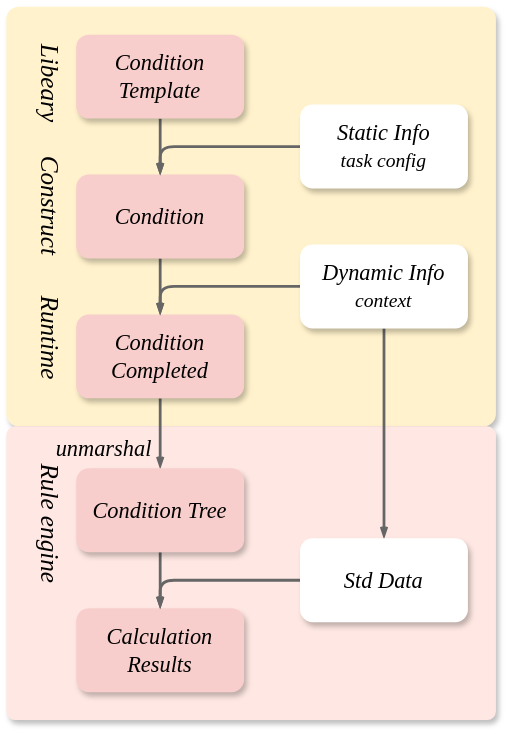
Earlier version of the draw.io export system design/assets/condition.svg (Algo2147483647/engineering). Source tidied: cells renumbered, new cells last; positions are measured from the earlier drawing's top-left corner, leaving out a move shared by most shapes.
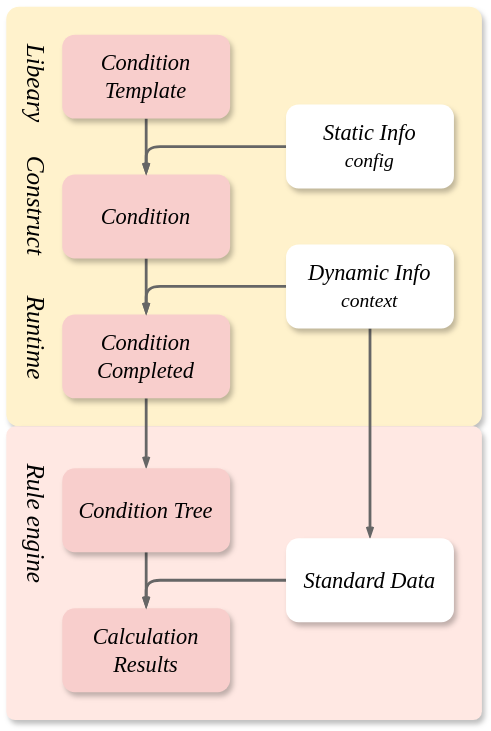
Above is the later version.

Diff of the diagram source:
```diff
@@ -3,10 +3,10 @@
     <mxCell id="0" />
     <mxCell id="1" parent="0" />
     <mxCell id="2" style="rounded=1;whiteSpace=wrap;html=1;fillColor=#fff2cc;strokeColor=none;shadow=1;arcSize=3;" parent="1" vertex="1">
-      <mxGeometry width="350" height="300" as="geometry" />
+      <mxGeometry x="10" width="340" height="300" as="geometry" />
     </mxCell>
     <mxCell id="3" style="rounded=1;whiteSpace=wrap;html=1;fillColor=#FFE8E3;strokeColor=none;shadow=1;arcSize=3;" parent="1" vertex="1">
-      <mxGeometry y="300" width="350" height="210" as="geometry" />
+      <mxGeometry x="10" y="300" width="340" height="210" as="geometry" />
     </mxCell>
     <mxCell id="4" style="edgeStyle=orthogonalEdgeStyle;shape=connector;rounded=1;jettySize=auto;html=1;strokeColor=#666666;strokeWidth=2;align=center;verticalAlign=middle;fontFamily=Helvetica;fontSize=11;fontColor=default;labelBackgroundColor=default;endArrow=openThin;endFill=0;endSize=4;fillColor=#f5f5f5;curved=0;" parent="1" edge="1" source="5" target="7">
       <mxGeometry relative="1" as="geometry" />
@@ -23,7 +23,7 @@
     <mxCell id="8" style="edgeStyle=orthogonalEdgeStyle;shape=connector;curved=0;rounded=1;jettySize=auto;html=1;entryX=0.5;entryY=0;entryDx=0;entryDy=0;strokeColor=#666666;strokeWidth=2;align=center;verticalAlign=middle;fontFamily=Helvetica;fontSize=11;fontColor=default;labelBackgroundColor=default;endArrow=openThin;endFill=0;endSize=4;fillColor=#f5f5f5;" parent="1" edge="1" source="9" target="7">
       <mxGeometry relative="1" as="geometry" />
     </mxCell>
-    <mxCell id="9" value="&lt;div style=&quot;font-size: 16px;&quot;&gt;Static Info&lt;/div&gt;&lt;div style=&quot;&quot;&gt;&lt;font style=&quot;font-size: 14px;&quot;&gt;task config&lt;/font&gt;&lt;/div&gt;" style="rounded=1;whiteSpace=wrap;html=1;shadow=1;strokeColor=none;fontFamily=Times New Roman;fontStyle=2;fontSize=16;" parent="1" vertex="1">
+    <mxCell id="9" value="&lt;div style=&quot;font-size: 16px;&quot;&gt;Static Info&lt;/div&gt;&lt;div style=&quot;&quot;&gt;&lt;font style=&quot;font-size: 14px;&quot;&gt;config&lt;/font&gt;&lt;/div&gt;" style="rounded=1;whiteSpace=wrap;html=1;shadow=1;strokeColor=none;fontFamily=Times New Roman;fontStyle=2;fontSize=16;" parent="1" vertex="1">
       <mxGeometry x="210" y="70" width="120" height="60" as="geometry" />
     </mxCell>
     <mxCell id="10" style="edgeStyle=orthogonalEdgeStyle;shape=connector;curved=0;rounded=1;jettySize=auto;html=1;entryX=0.5;entryY=0;entryDx=0;entryDy=0;strokeColor=#666666;strokeWidth=2;align=center;verticalAlign=middle;fontFamily=Helvetica;fontSize=11;fontColor=default;labelBackgroundColor=default;endArrow=openThin;endFill=0;endSize=4;fillColor=#f5f5f5;" parent="1" edge="1" source="11" target="16">
@@ -56,13 +56,10 @@
     <mxCell id="19" value="&lt;font face=&quot;Times New Roman&quot;&gt;&lt;span style=&quot;font-size: 18px;&quot;&gt;&lt;i&gt;Runtime&lt;/i&gt;&lt;/span&gt;&lt;/font&gt;" style="text;whiteSpace=wrap;html=1;fontFamily=Helvetica;fontSize=11;fontColor=default;labelBackgroundColor=none;align=center;horizontal=1;textDirection=vertical-lr;" parent="1" vertex="1">
       <mxGeometry x="10" y="200" width="40" height="80" as="geometry" />
     </mxCell>
-    <mxCell id="20" value="&lt;span style=&quot;color: rgb(0, 0, 0); font-family: &amp;quot;Times New Roman&amp;quot;; font-size: 16px; font-style: italic; font-variant-ligatures: normal; font-variant-caps: normal; font-weight: 400; letter-spacing: normal; orphans: 2; text-indent: 0px; text-transform: none; widows: 2; word-spacing: 0px; -webkit-text-stroke-width: 0px; white-space: normal; text-decoration-thickness: initial; text-decoration-style: initial; text-decoration-color: initial; float: none; display: inline !important;&quot;&gt;unmarshal&lt;/span&gt;" style="text;whiteSpace=wrap;html=1;fontFamily=Helvetica;fontSize=11;fontColor=default;labelBackgroundColor=none;align=center;" parent="1" vertex="1">
-      <mxGeometry x="30" y="300" width="80" height="30" as="geometry" />
-    </mxCell>
     <mxCell id="21" style="edgeStyle=orthogonalEdgeStyle;shape=connector;curved=0;rounded=1;jettySize=auto;html=1;entryX=0.5;entryY=0;entryDx=0;entryDy=0;strokeColor=#666666;strokeWidth=2;align=center;verticalAlign=middle;fontFamily=Helvetica;fontSize=11;fontColor=default;labelBackgroundColor=default;endArrow=openThin;endFill=0;endSize=4;fillColor=#f5f5f5;" parent="1" edge="1" source="22" target="17">
       <mxGeometry relative="1" as="geometry" />
     </mxCell>
-    <mxCell id="22" value="Std Data" style="rounded=1;whiteSpace=wrap;html=1;shadow=1;strokeColor=none;fontFamily=Times New Roman;fontStyle=2;fontSize=16;" parent="1" vertex="1">
+    <mxCell id="22" value="Standard Data" style="rounded=1;whiteSpace=wrap;html=1;shadow=1;strokeColor=none;fontFamily=Times New Roman;fontStyle=2;fontSize=16;" parent="1" vertex="1">
       <mxGeometry x="210" y="380" width="120" height="60" as="geometry" />
     </mxCell>
     <mxCell id="23" value="&lt;font face=&quot;Times New Roman&quot;&gt;&lt;span style=&quot;font-size: 18px;&quot;&gt;&lt;i&gt;Construct&lt;/i&gt;&lt;/span&gt;&lt;/font&gt;" style="text;whiteSpace=wrap;html=1;fontFamily=Helvetica;fontSize=11;fontColor=default;labelBackgroundColor=none;align=center;horizontal=1;textDirection=vertical-lr;" parent="1" vertex="1">
```
